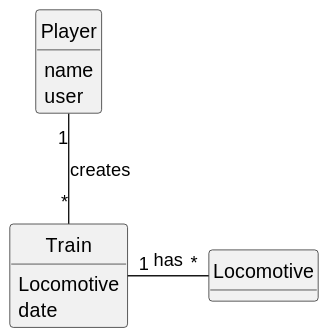
Earlier version of the PlantUML export docs/sprint1/us009/02.analysis/svg/us009-domain-model.svg (ivasduarte/all-aboard).
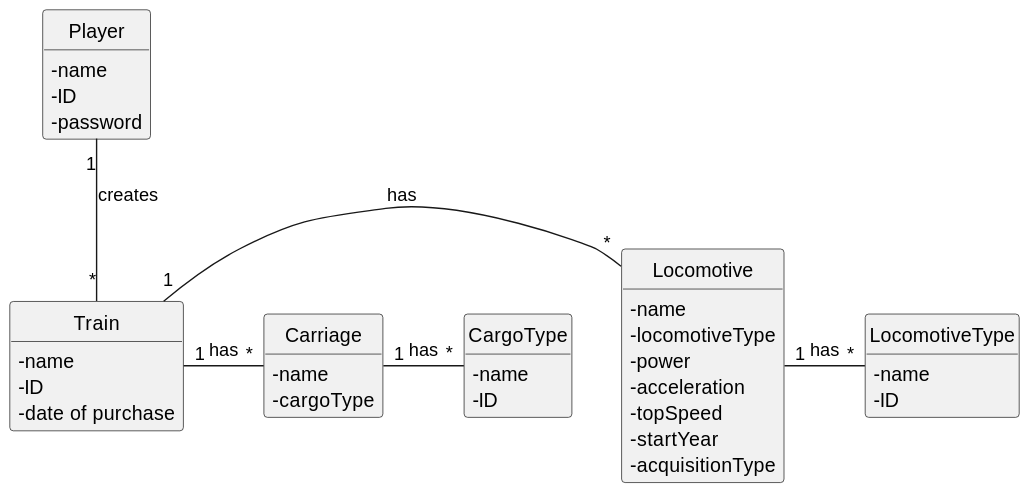
The same diagram one commit later.

Commit message:
US009(docs): updates on domain model

Change to the diagram source:
```diff
@@ -11,16 +11,43 @@
 
 
 class Train{
-    Locomotive
-    date
+    - name
+    - ID
+    - date of purchase
 }
 class Locomotive {
+    - name
+    - locomotiveType
+    - power
+    - acceleration
+    - topSpeed
+    - startYear
+    - acquisitionType
 }
 
+class LocomotiveType{
+    - name
+    - ID
+}
+
+class Carriage{
+    - name
+    - cargoType
+}
+
+class CargoType{
+    - name
+    - ID
+}
 class Player {
-    name
-    user
+    - name
+    - ID
+    - password
 }
+
 Train "1" - "*" Locomotive : has
 Player "1" -- "*" Train : creates
+Locomotive "1" - "*" LocomotiveType : has
+Carriage "1" - "*" CargoType : has
+Train "1" - "*" Carriage : has
 @enduml
```
